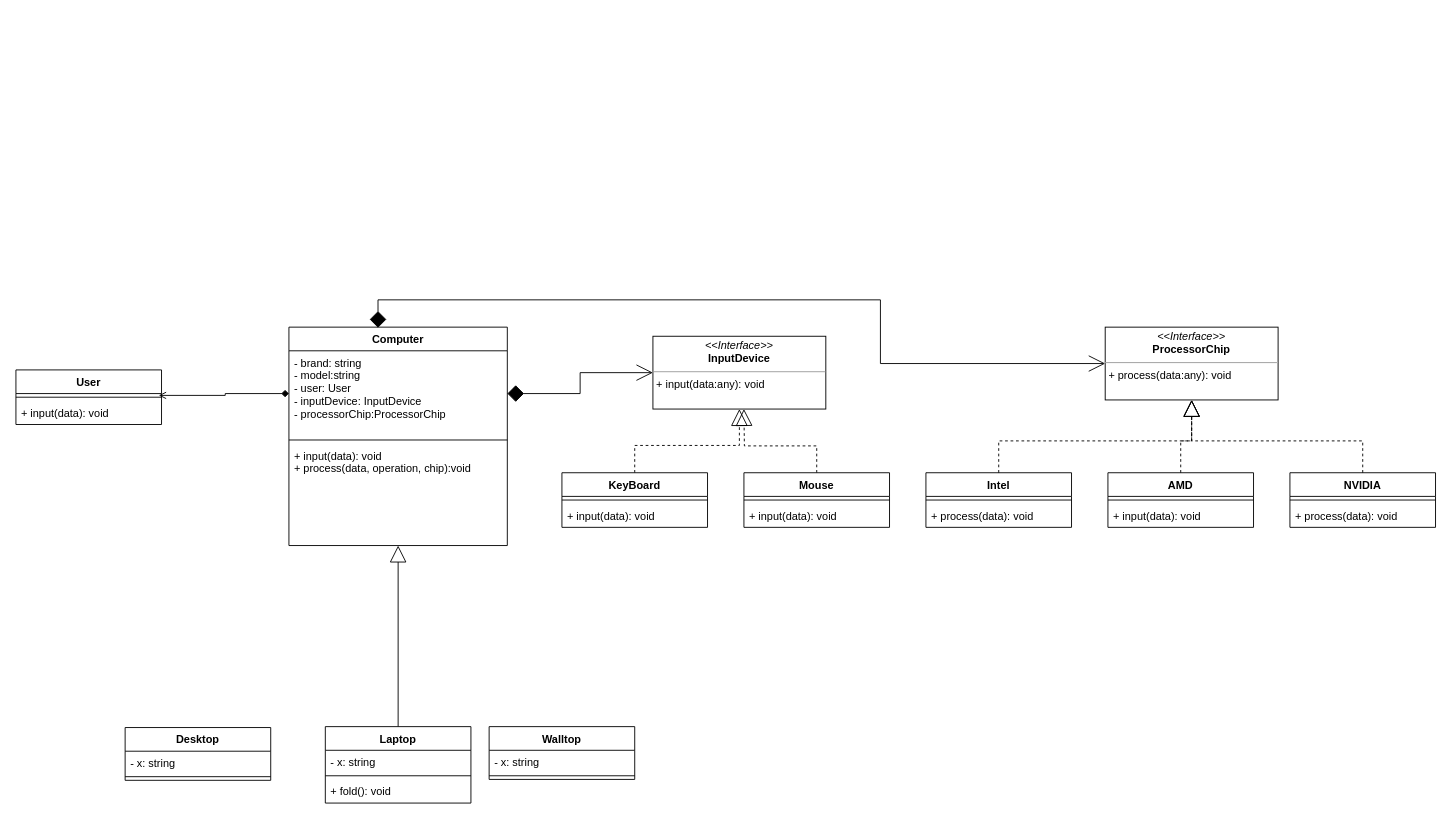
The draw.io diagram Design.drawio in sarahannie/BC13-SOLID, before the edit. Source tidied: cells renumbered, new cells numbered last; positions are measured from the earlier drawing's top-left corner, leaving out a move shared by most shapes. Both pictures are drawn from the tidied source at 91%, with x=0, y=0 at pixel (15, 299).
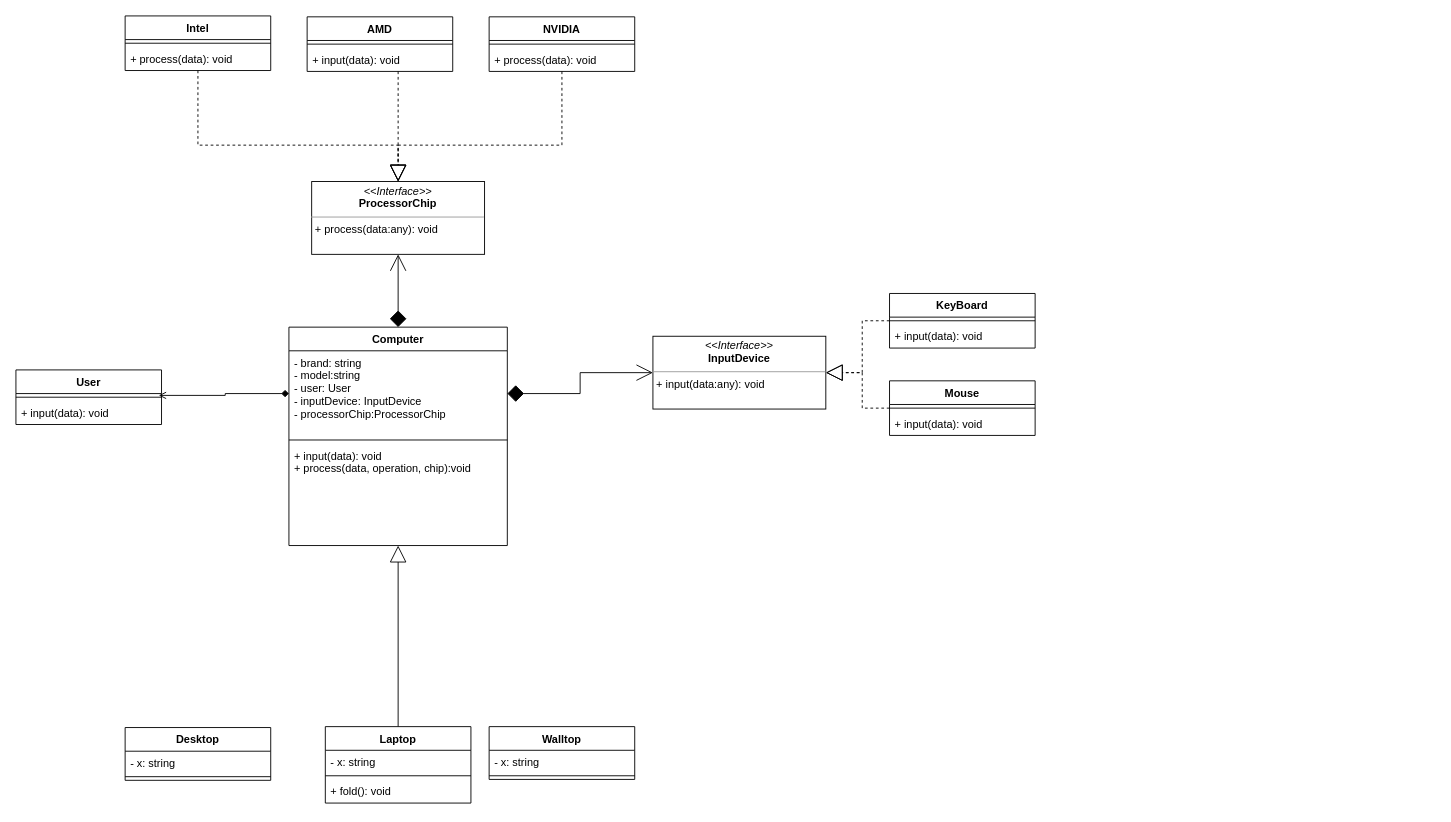
The same page after the edit.

Commit message (it also covers changes not shown here):
Refine UML Design for (Input & Process)

The change refers to these unchanged cells:
```xml
<mxCell id="2" value="Computer" style="swimlane;fontStyle=1;align=center;verticalAlign=top;horizontal=1;startSize=26;" parent="1" vertex="1">
  <mxGeometry x="300" y="30" width="240" height="240" as="geometry" />
</mxCell>
<mxCell id="29" value="&lt;p style=&quot;margin: 0px ; margin-top: 4px ; text-align: center&quot;&gt;&lt;i&gt;&amp;lt;&amp;lt;Interface&amp;gt;&amp;gt;&lt;/i&gt;&lt;br&gt;&lt;b&gt;InputDevice&lt;/b&gt;&lt;/p&gt;&lt;hr size=&quot;1&quot;&gt;&lt;p style=&quot;margin: 0px ; margin-left: 4px&quot;&gt;&lt;/p&gt;&lt;p style=&quot;margin: 0px ; margin-left: 4px&quot;&gt;+ input(data:any): void&lt;br&gt;&lt;br&gt;&lt;/p&gt;" style="verticalAlign=top;align=left;overflow=fill;fontSize=12;fontFamily=Helvetica;html=1;" parent="1" vertex="1">
  <mxGeometry x="700" y="40" width="190" height="80" as="geometry" />
</mxCell>
```

What changed in the source:
```diff
@@
-    <mxCell id="17" style="edgeStyle=orthogonalEdgeStyle;rounded=0;jettySize=auto;html=1;entryX=0.5;entryY=1;entryDx=0;entryDy=0;startArrow=none;startFill=0;endArrow=block;endFill=0;dashed=1;endSize=16;" parent="1" edge="1" source="18" target="29">
+    <mxCell id="17" style="edgeStyle=orthogonalEdgeStyle;rounded=0;jettySize=auto;html=1;startArrow=none;startFill=0;endArrow=block;endFill=0;dashed=1;endSize=16;" parent="1" edge="1" source="18" target="29">
       <mxGeometry relative="1" as="geometry" />
     </mxCell>
     <mxCell id="18" value="KeyBoard" style="swimlane;fontStyle=1;align=center;verticalAlign=top;horizontal=1;startSize=26;" parent="1" vertex="1">
-      <mxGeometry x="600" y="190" width="160" height="60" as="geometry" />
+      <mxGeometry x="960" y="-7" width="160" height="60" as="geometry" />
     </mxCell>
@@
-    <mxCell id="21" style="edgeStyle=orthogonalEdgeStyle;rounded=0;jettySize=auto;html=1;dashed=1;startArrow=none;startFill=0;endArrow=block;endFill=0;endSize=16;" parent="1" edge="1" source="22">
-      <mxGeometry relative="1" as="geometry">
-        <mxPoint x="800" y="120" as="targetPoint" />
-      </mxGeometry>
+    <mxCell id="21" style="edgeStyle=orthogonalEdgeStyle;rounded=0;jettySize=auto;html=1;dashed=1;startArrow=none;startFill=0;endArrow=block;endFill=0;endSize=16;" parent="1" edge="1" source="22" target="29">
+      <mxGeometry relative="1" as="geometry" />
     </mxCell>
     <mxCell id="22" value="Mouse" style="swimlane;fontStyle=1;align=center;verticalAlign=top;horizontal=1;startSize=26;" parent="1" vertex="1">
-      <mxGeometry x="800" y="190" width="160" height="60" as="geometry" />
+      <mxGeometry x="960" y="89" width="160" height="60" as="geometry" />
     </mxCell>
@@
     <mxCell id="30" value="&lt;p style=&quot;margin: 0px ; margin-top: 4px ; text-align: center&quot;&gt;&lt;i&gt;&amp;lt;&amp;lt;Interface&amp;gt;&amp;gt;&lt;/i&gt;&lt;br&gt;&lt;b&gt;ProcessorChip&lt;/b&gt;&lt;/p&gt;&lt;hr size=&quot;1&quot;&gt;&lt;p style=&quot;margin: 0px ; margin-left: 4px&quot;&gt;&lt;/p&gt;&lt;p style=&quot;margin: 0px ; margin-left: 4px&quot;&gt;+ process(data:any): void&lt;br&gt;&lt;br&gt;&lt;/p&gt;" style="verticalAlign=top;align=left;overflow=fill;fontSize=12;fontFamily=Helvetica;html=1;" parent="1" vertex="1">
-      <mxGeometry x="1197" y="30" width="190" height="80" as="geometry" />
+      <mxGeometry x="325" y="-130" width="190" height="80" as="geometry" />
     </mxCell>
     <mxCell id="31" value="Intel" style="swimlane;fontStyle=1;align=center;verticalAlign=top;horizontal=1;startSize=26;" parent="1" vertex="1">
-      <mxGeometry x="1000" y="190" width="160" height="60" as="geometry" />
+      <mxGeometry x="120" y="-312" width="160" height="60" as="geometry" />
     </mxCell>
@@
     <mxCell id="34" value="AMD" style="swimlane;fontStyle=1;align=center;verticalAlign=top;horizontal=1;startSize=26;" parent="1" vertex="1">
-      <mxGeometry x="1200" y="190" width="160" height="60" as="geometry" />
+      <mxGeometry x="320" y="-311" width="160" height="60" as="geometry" />
     </mxCell>
@@
     <mxCell id="37" value="NVIDIA" style="swimlane;fontStyle=1;align=center;verticalAlign=top;horizontal=1;startSize=26;" parent="1" vertex="1">
-      <mxGeometry x="1400" y="190" width="160" height="60" as="geometry" />
+      <mxGeometry x="520" y="-311" width="160" height="60" as="geometry" />
     </mxCell>
@@
-    <mxCell id="41" style="edgeStyle=orthogonalEdgeStyle;rounded=0;jettySize=auto;html=1;startArrow=none;startFill=0;endArrow=block;endFill=0;dashed=1;endSize=16;exitX=0.5;exitY=0;exitDx=0;exitDy=0;" parent="1" edge="1" source="31" target="30">
-      <mxGeometry relative="1" as="geometry" />
+    <mxCell id="41" style="edgeStyle=orthogonalEdgeStyle;rounded=0;jettySize=auto;html=1;entryX=0.5;entryY=0;entryDx=0;entryDy=0;startArrow=none;startFill=0;endArrow=block;endFill=0;dashed=1;endSize=16;" parent="1" edge="1" source="31" target="30">
+      <mxGeometry relative="1" as="geometry">
+        <Array as="points">
+          <mxPoint x="200" y="-170" />
+          <mxPoint x="420" y="-170" />
+        </Array>
+      </mxGeometry>
     </mxCell>
-    <mxCell id="42" style="edgeStyle=orthogonalEdgeStyle;rounded=0;jettySize=auto;html=1;startArrow=none;startFill=0;endArrow=block;endFill=0;dashed=1;endSize=16;exitX=0.5;exitY=0;exitDx=0;exitDy=0;entryX=0.5;entryY=1;entryDx=0;entryDy=0;" parent="1" edge="1" source="34" target="30">
-      <mxGeometry relative="1" as="geometry" />
+    <mxCell id="42" style="edgeStyle=orthogonalEdgeStyle;rounded=0;jettySize=auto;html=1;startArrow=none;startFill=0;endArrow=block;endFill=0;dashed=1;endSize=16;" parent="1" edge="1" source="34" target="30">
+      <mxGeometry relative="1" as="geometry">
+        <Array as="points">
+          <mxPoint x="420" y="-210" />
+          <mxPoint x="420" y="-210" />
+        </Array>
+      </mxGeometry>
     </mxCell>
-    <mxCell id="43" style="edgeStyle=orthogonalEdgeStyle;rounded=0;jettySize=auto;html=1;startArrow=none;startFill=0;endArrow=block;endFill=0;dashed=1;endSize=16;exitX=0.5;exitY=0;exitDx=0;exitDy=0;" parent="1" edge="1" source="37" target="30">
-      <mxGeometry relative="1" as="geometry" />
+    <mxCell id="43" style="edgeStyle=orthogonalEdgeStyle;rounded=0;jettySize=auto;html=1;startArrow=none;startFill=0;endArrow=block;endFill=0;dashed=1;endSize=16;" parent="1" edge="1" source="37" target="30">
+      <mxGeometry relative="1" as="geometry">
+        <Array as="points">
+          <mxPoint x="600" y="-170" />
+          <mxPoint x="420" y="-170" />
+        </Array>
+      </mxGeometry>
     </mxCell>
-    <mxCell id="44" style="edgeStyle=orthogonalEdgeStyle;rounded=0;jettySize=auto;html=1;endArrow=open;endFill=0;endSize=16;startArrow=diamond;startFill=1;startSize=16;exitX=0.408;exitY=0.003;exitDx=0;exitDy=0;exitPerimeter=0;" parent="1" edge="1" source="2" target="30">
-      <mxGeometry relative="1" as="geometry">
-        <Array as="points">
-          <mxPoint x="398" />
-          <mxPoint x="950" />
-          <mxPoint x="950" y="70" />
-        </Array>
-      </mxGeometry>
+    <mxCell id="44" style="edgeStyle=orthogonalEdgeStyle;rounded=0;jettySize=auto;html=1;endArrow=open;endFill=0;endSize=16;startArrow=diamond;startFill=1;startSize=16;entryX=0.5;entryY=1;entryDx=0;entryDy=0;" parent="1" edge="1" source="2" target="30">
+      <mxGeometry relative="1" as="geometry" />
     </mxCell>
```
